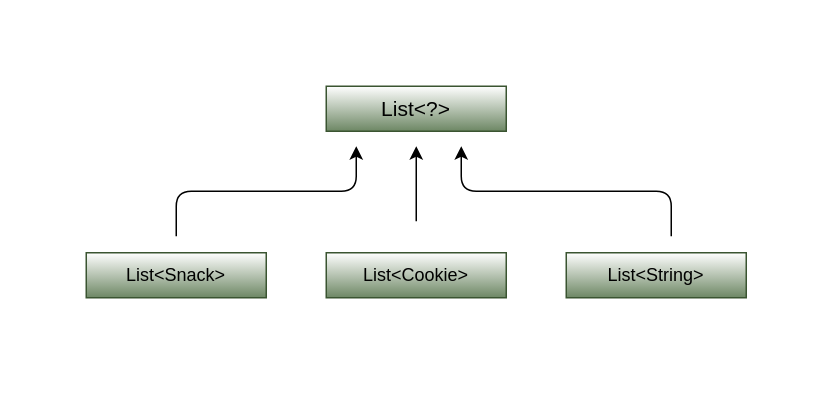
This is page "wildcard-family" (1 of 3) of tutorial/java-generics/media/java-generics.drawio from maithilish/maithilish.github.io, a draw.io file, before an edit. Source tidied: cells renumbered, new cells numbered last; positions are measured from the earlier drawing's top-left corner, leaving out a move shared by most shapes. Both pictures are drawn from the tidied source at 150%, with x=0, y=0 at pixel (26, 26).
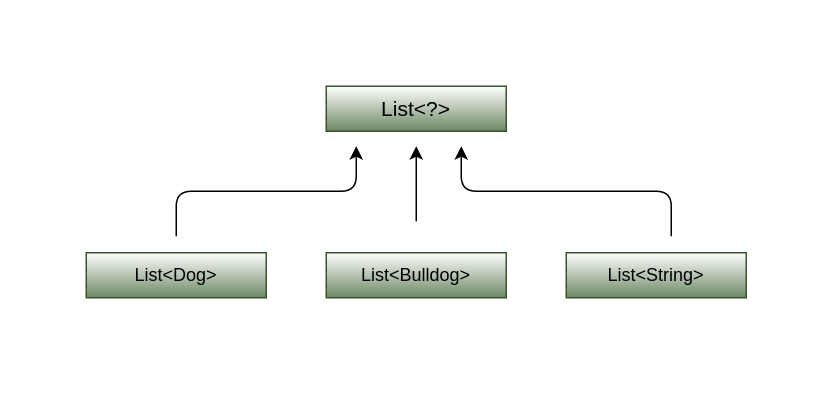
Above is the later version.

Change to the diagram source:
```diff
@@
 <mxGraphModel>
   <root>
     <mxCell id="0" />
     <mxCell id="1" parent="0" />
     <mxCell id="2" style="group;" parent="1" vertex="1">
       <mxGeometry width="520" height="230" as="geometry" />
     </mxCell>
     <mxCell id="3" style="rounded=0;whiteSpace=wrap;html=1;fillColor=none;gradientColor=#ffffff;strokeColor=none;" parent="2" vertex="1">
       <mxGeometry width="520" height="230" as="geometry" />
     </mxCell>
     <mxCell id="4" style="group;" parent="2" vertex="1">
       <mxGeometry x="40" y="40" width="440" height="141" as="geometry" />
     </mxCell>
     <mxCell id="5" value="&lt;font color=&quot;#000000&quot; style=&quot;font-size: 14px&quot;&gt;List&amp;lt;?&amp;gt;&lt;/font&gt;" style="rounded=0;whiteSpace=wrap;html=1;fillColor=#6d8764;strokeColor=#3A5431;gradientDirection=north;fontColor=#ffffff;gradientColor=#ffffff;" parent="4" vertex="1">
       <mxGeometry x="160" width="120" height="30" as="geometry" />
     </mxCell>
-    <mxCell id="6" value="&lt;font color=&quot;#000000&quot;&gt;List&amp;lt;Snack&amp;gt;&lt;/font&gt;" style="rounded=0;whiteSpace=wrap;html=1;fillColor=#6d8764;strokeColor=#3A5431;gradientDirection=north;fontColor=#ffffff;gradientColor=#ffffff;" parent="4" vertex="1">
+    <mxCell id="6" value="&lt;font color=&quot;#000000&quot;&gt;List&amp;lt;Dog&amp;gt;&lt;/font&gt;" style="rounded=0;whiteSpace=wrap;html=1;fillColor=#6d8764;strokeColor=#3A5431;gradientDirection=north;fontColor=#ffffff;gradientColor=#ffffff;" parent="4" vertex="1">
       <mxGeometry y="111" width="120" height="30" as="geometry" />
     </mxCell>
-    <mxCell id="7" value="&lt;font color=&quot;#000000&quot;&gt;List&amp;lt;Cookie&amp;gt;&lt;/font&gt;" style="rounded=0;whiteSpace=wrap;html=1;fillColor=#6d8764;strokeColor=#3A5431;gradientDirection=north;fontColor=#ffffff;gradientColor=#ffffff;" parent="4" vertex="1">
+    <mxCell id="7" value="&lt;font color=&quot;#000000&quot;&gt;List&amp;lt;Bulldog&amp;gt;&lt;/font&gt;" style="rounded=0;whiteSpace=wrap;html=1;fillColor=#6d8764;strokeColor=#3A5431;gradientDirection=north;fontColor=#ffffff;gradientColor=#ffffff;" parent="4" vertex="1">
       <mxGeometry x="160" y="111" width="120" height="30" as="geometry" />
     </mxCell>
     <mxCell id="8" value="&lt;font color=&quot;#000000&quot;&gt;List&amp;lt;String&amp;gt;&lt;/font&gt;" style="rounded=0;whiteSpace=wrap;html=1;fillColor=#6d8764;strokeColor=#3A5431;gradientDirection=north;fontColor=#ffffff;gradientColor=#ffffff;" parent="4" vertex="1">
       <mxGeometry x="320" y="111" width="120" height="30" as="geometry" />
     </mxCell>
     <mxCell id="9" style="endArrow=classic;html=1;" parent="4" edge="1">
       <mxGeometry relative="1" as="geometry">
         <mxPoint x="60" y="100" as="sourcePoint" />
         <mxPoint x="180" y="40" as="targetPoint" />
         <Array as="points">
           <mxPoint x="60" y="70" />
           <mxPoint x="180" y="70" />
         </Array>
       </mxGeometry>
     </mxCell>
     <mxCell id="10" style="endArrow=classic;html=1;" parent="4" edge="1">
       <mxGeometry relative="1" as="geometry">
         <mxPoint x="390" y="100" as="sourcePoint" />
         <mxPoint x="250" y="40" as="targetPoint" />
         <Array as="points">
           <mxPoint x="390" y="70" />
           <mxPoint x="250" y="70" />
         </Array>
       </mxGeometry>
     </mxCell>
     <mxCell id="11" style="endArrow=classic;html=1;" parent="4" edge="1">
       <mxGeometry relative="1" as="geometry">
         <mxPoint x="220" y="90" as="sourcePoint" />
         <mxPoint x="220" y="40" as="targetPoint" />
       </mxGeometry>
     </mxCell>
   </root>
 </mxGraphModel>
```
